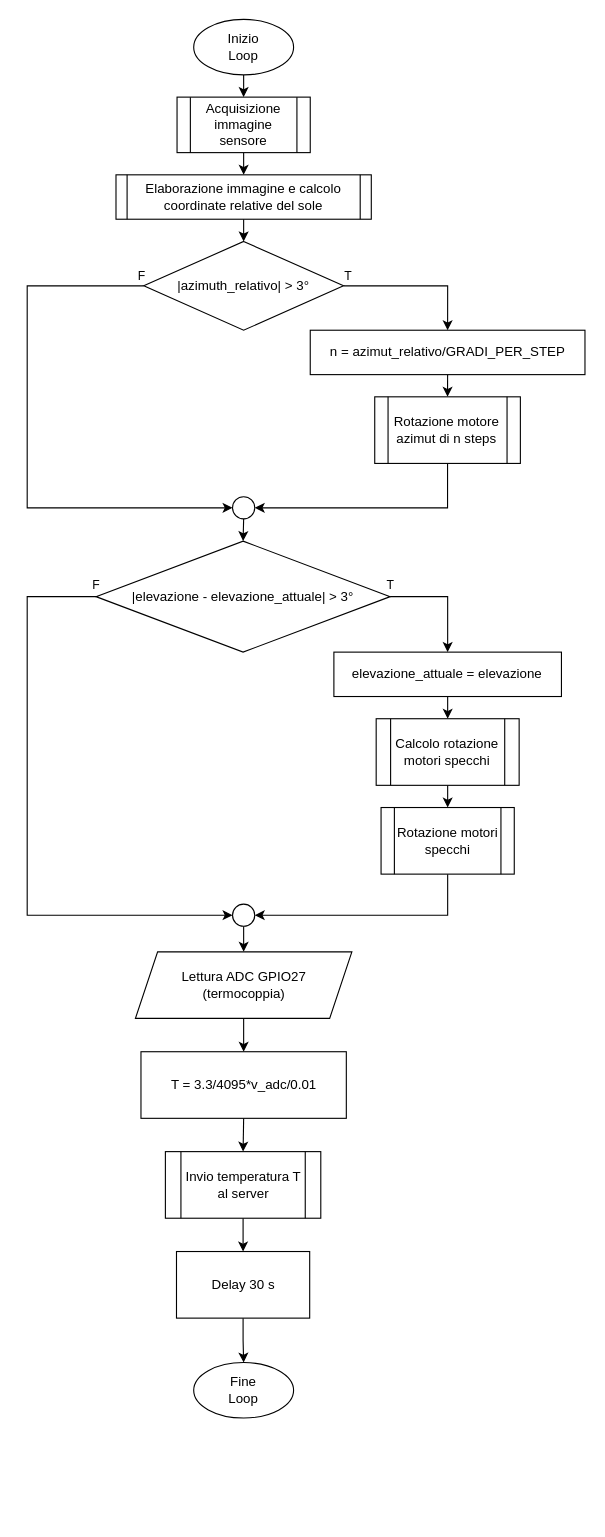
Before: Draws/Flowchart/Loop.drawio in francesco-scar/Elaborato-2021, a draw.io diagram. Source tidied: cells renumbered, new cells numbered last; positions are measured from the earlier drawing's top-left corner, leaving out a move shared by most shapes. Both pictures are drawn from the tidied source at 111%, with x=0, y=0 at pixel (27, 19).
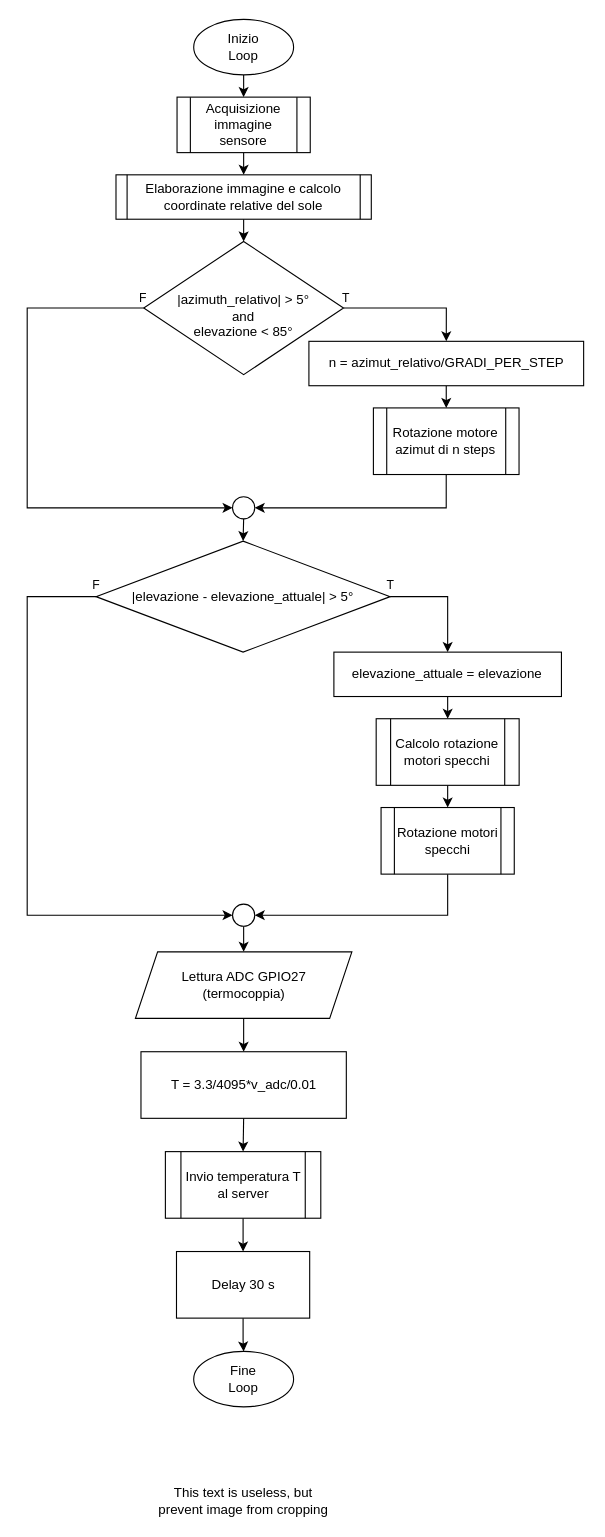
The same page after the edit.

Unchanged cells that the change refers to:
```xml
<mxCell id="18" style="ellipse;whiteSpace=wrap;html=1;" parent="1" vertex="1">
  <mxGeometry x="185" y="430" width="20" height="20" as="geometry" />
</mxCell>
```

The edit, as a diff of the source:
```diff
@@
     <mxCell id="10" style="edgeStyle=orthogonalEdgeStyle;rounded=0;jettySize=auto;html=1;exitX=0;exitY=0.5;exitDx=0;exitDy=0;entryX=0;entryY=0.5;entryDx=0;entryDy=0;" parent="1" edge="1" source="12" target="18">
       <mxGeometry relative="1" as="geometry">
         <Array as="points">
-          <mxPoint y="240" />
+          <mxPoint y="260" />
           <mxPoint y="440" />
         </Array>
       </mxGeometry>
     </mxCell>
@@
-    <mxCell id="12" value="|azimuth_relativo| &amp;gt; 3°" style="rhombus;whiteSpace=wrap;html=1;" parent="1" vertex="1">
-      <mxGeometry x="105" y="200" width="180" height="80" as="geometry" />
+    <mxCell id="12" value="&lt;div&gt;&lt;br&gt;&lt;/div&gt;&lt;div&gt;|azimuth_relativo| &amp;gt; 5°&lt;/div&gt;&lt;div&gt;and&lt;/div&gt;&lt;div&gt;elevazione &amp;lt; 85°&lt;br&gt;&lt;/div&gt;" style="rhombus;whiteSpace=wrap;html=1;" parent="1" vertex="1">
+      <mxGeometry x="105" y="200" width="180" height="120" as="geometry" />
     </mxCell>
@@
     <mxCell id="14" value="n = azimut_relativo/GRADI_PER_STEP" style="rounded=0;whiteSpace=wrap;html=1;" parent="1" vertex="1">
-      <mxGeometry x="255" y="280" width="247.5" height="40" as="geometry" />
+      <mxGeometry x="253.8" y="290" width="247.5" height="40" as="geometry" />
     </mxCell>
@@
     <mxCell id="16" value="&lt;div&gt;Rotazione motore&lt;/div&gt;&lt;div&gt;azimut di n steps&lt;br&gt;&lt;/div&gt;" style="shape=process;whiteSpace=wrap;html=1;backgroundOutline=1;size=0.09375;" parent="1" vertex="1">
-      <mxGeometry x="313.1" y="340" width="131.2" height="60" as="geometry" />
+      <mxGeometry x="311.9" y="350" width="131.2" height="60" as="geometry" />
     </mxCell>
@@
-    <mxCell id="23" value="|elevazione - elevazione_attuale| &amp;gt; 3°" style="rhombus;whiteSpace=wrap;html=1;" parent="1" vertex="1">
+    <mxCell id="23" value="|elevazione - elevazione_attuale| &amp;gt; 5°" style="rhombus;whiteSpace=wrap;html=1;" parent="1" vertex="1">
       <mxGeometry x="62" y="470" width="265" height="100" as="geometry" />
     </mxCell>
@@
     <mxCell id="36" value="&lt;div&gt;Fine&lt;br&gt;&lt;/div&gt;&lt;div&gt;Loop&lt;br&gt;&lt;/div&gt;" style="ellipse;whiteSpace=wrap;html=1;" parent="1" vertex="1">
-      <mxGeometry x="150" y="1210" width="90" height="50" as="geometry" />
+      <mxGeometry x="150" y="1200" width="90" height="50" as="geometry" />
     </mxCell>
@@
+    <mxCell id="39" value="This text is useless, but prevent image from cropping" style="text;html=1;strokeColor=none;fillColor=none;align=center;verticalAlign=middle;whiteSpace=wrap;rounded=0;" parent="1" vertex="1">
+      <mxGeometry x="110.6" y="1320" width="167.8" height="30" as="geometry" />
+    </mxCell>
```
